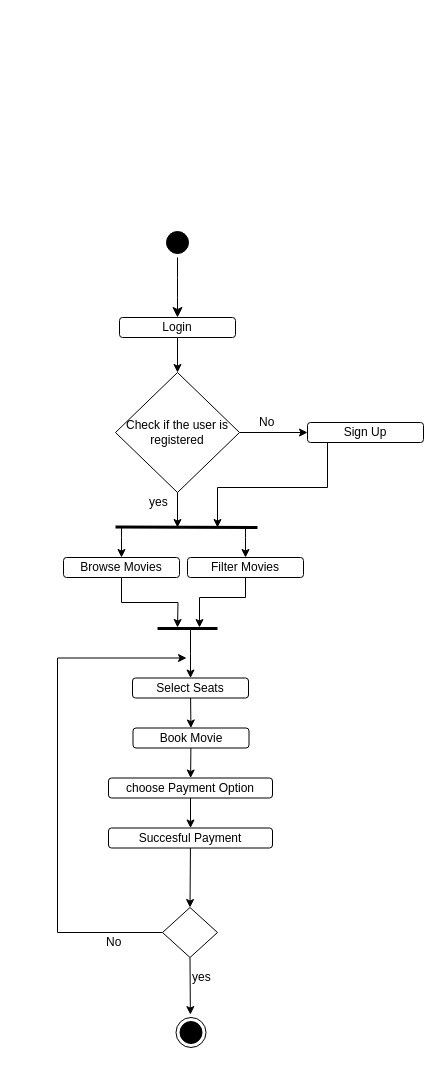
Above: SDF/activityDiagram.drawio in subhendu17620/RUAS-sem-04 (draw.io), before the change. Source tidied: cells renumbered, new cells numbered last; positions are measured from the earlier drawing's top-left corner, leaving out a move shared by most shapes. Both pictures are drawn from the tidied source at 100%, with x=0, y=0 at pixel (57, 227).
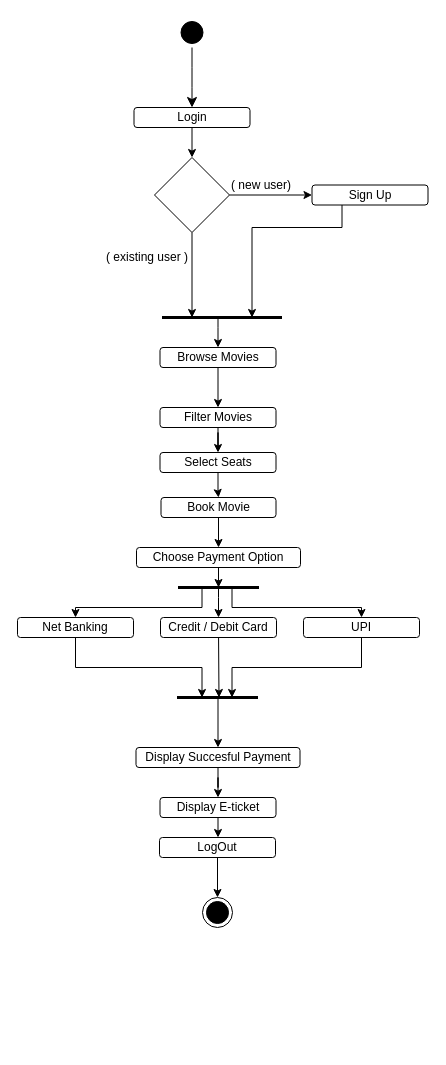
After the change.

The edit, as a diff of the source:
```diff
@@
     <mxCell id="2" style="ellipse;html=1;shape=startState;fillColor=#000000;strokeColor=#000000;" parent="1" vertex="1">
-      <mxGeometry x="105" width="30" height="30" as="geometry" />
+      <mxGeometry x="119.5" y="-210" width="30" height="30" as="geometry" />
     </mxCell>
     <mxCell id="3" style="edgeStyle=orthogonalEdgeStyle;html=1;verticalAlign=bottom;endArrow=classic;endSize=8;strokeColor=#000000;endFill=1;" parent="1" edge="1" source="2">
       <mxGeometry relative="1" as="geometry">
-        <mxPoint x="120" y="90" as="targetPoint" />
+        <mxPoint x="134.5" y="-120" as="targetPoint" />
       </mxGeometry>
     </mxCell>
@@
     <mxCell id="5" value="Login" style="rounded=1;whiteSpace=wrap;html=1;" parent="1" vertex="1">
-      <mxGeometry x="62" y="90" width="116" height="20" as="geometry" />
+      <mxGeometry x="76.5" y="-120" width="116" height="20" as="geometry" />
     </mxCell>
@@
-    <mxCell id="7" value="&lt;font style=&quot;font-size: 12px&quot;&gt;Check if the user is registered&lt;/font&gt;" style="rhombus;whiteSpace=wrap;html=1;" parent="1" vertex="1">
-      <mxGeometry x="58" y="145" width="124" height="120" as="geometry" />
+    <mxCell id="7" style="rhombus;whiteSpace=wrap;html=1;" parent="1" vertex="1">
+      <mxGeometry x="97" y="-70" width="75" height="75" as="geometry" />
     </mxCell>
     <mxCell id="8" style="rounded=0;jettySize=auto;html=1;edgeStyle=orthogonalEdgeStyle;" parent="1" edge="1" source="9">
       <mxGeometry relative="1" as="geometry">
-        <mxPoint x="160" y="300" as="targetPoint" />
+        <mxPoint x="194.5" y="90" as="targetPoint" />
         <Array as="points">
-          <mxPoint x="270" y="260" />
-          <mxPoint x="160" y="260" />
+          <mxPoint x="284.5" />
+          <mxPoint x="194.5" />
         </Array>
       </mxGeometry>
     </mxCell>
     <mxCell id="9" value="Sign Up" style="rounded=1;whiteSpace=wrap;html=1;" parent="1" vertex="1">
-      <mxGeometry x="250" y="195" width="116" height="20" as="geometry" />
+      <mxGeometry x="254.5" y="-42.5" width="116" height="20" as="geometry" />
     </mxCell>
-    <mxCell id="10" value="No" style="text;html=1;align=left;verticalAlign=top;spacingTop=-4;" parent="1" vertex="1">
-      <mxGeometry x="200" y="185" width="30" height="20" as="geometry" />
+    <mxCell id="10" value="( new user)" style="text;html=1;align=left;verticalAlign=top;spacingTop=-4;" parent="1" vertex="1">
+      <mxGeometry x="172" y="-52.5" width="80" height="20" as="geometry" />
     </mxCell>
     <mxCell id="11" style="edgeStyle=none;rounded=0;jettySize=auto;html=1;exitX=0.5;exitY=1;exitDx=0;exitDy=0;" parent="1" edge="1" source="7">
       <mxGeometry relative="1" as="geometry">
-        <mxPoint x="120" y="300" as="targetPoint" />
+        <mxPoint x="134.5" y="90" as="targetPoint" />
       </mxGeometry>
     </mxCell>
-    <mxCell id="12" style="edgeStyle=orthogonalEdgeStyle;rounded=0;jettySize=auto;html=1;strokeWidth=1;startArrow=classic;startFill=1;endArrow=none;endFill=0;" parent="1" edge="1" source="14">
-      <mxGeometry relative="1" as="geometry">
-        <mxPoint x="64" y="300" as="targetPoint" />
-      </mxGeometry>
-    </mxCell>
-    <mxCell id="13" style="rounded=0;jettySize=auto;html=1;startArrow=none;startFill=0;endArrow=classic;endFill=1;strokeWidth=1;edgeStyle=orthogonalEdgeStyle;" parent="1" edge="1" source="14">
-      <mxGeometry relative="1" as="geometry">
-        <mxPoint x="120" y="400" as="targetPoint" />
-      </mxGeometry>
-    </mxCell>
+    <mxCell id="36" style="edgeStyle=orthogonalEdgeStyle;rounded=0;jettySize=auto;html=1;startArrow=classic;startFill=1;endArrow=none;endFill=0;" parent="1" edge="1" source="14">
+      <mxGeometry relative="1" as="geometry">
+        <mxPoint x="160.5" y="90" as="targetPoint" />
+      </mxGeometry>
+    </mxCell>
+    <mxCell id="37" style="edgeStyle=orthogonalEdgeStyle;rounded=0;jettySize=auto;html=1;entryX=0.5;entryY=0;entryDx=0;entryDy=0;startArrow=none;startFill=0;endArrow=classic;endFill=1;" parent="1" edge="1" source="14" target="17">
+      <mxGeometry relative="1" as="geometry" />
+    </mxCell>
     <mxCell id="14" value="Browse Movies" style="rounded=1;whiteSpace=wrap;html=1;" parent="1" vertex="1">
-      <mxGeometry x="6" y="330" width="116" height="20" as="geometry" />
+      <mxGeometry x="102.5" y="120" width="116" height="20" as="geometry" />
     </mxCell>
-    <mxCell id="15" style="edgeStyle=orthogonalEdgeStyle;rounded=0;jettySize=auto;html=1;" parent="1" edge="1" source="17">
-      <mxGeometry relative="1" as="geometry">
-        <mxPoint x="142" y="400" as="targetPoint" />
-        <Array as="points">
-          <mxPoint x="188" y="370" />
-          <mxPoint x="142" y="370" />
-        </Array>
-      </mxGeometry>
-    </mxCell>
-    <mxCell id="16" style="edgeStyle=orthogonalEdgeStyle;rounded=0;jettySize=auto;html=1;strokeWidth=1;startArrow=classic;startFill=1;endArrow=none;endFill=0;" parent="1" edge="1" source="17">
-      <mxGeometry relative="1" as="geometry">
-        <mxPoint x="188" y="300" as="targetPoint" />
-      </mxGeometry>
-    </mxCell>
+    <mxCell id="38" style="edgeStyle=orthogonalEdgeStyle;rounded=0;jettySize=auto;html=1;entryX=0.5;entryY=0;entryDx=0;entryDy=0;startArrow=none;startFill=0;endArrow=classic;endFill=1;" parent="1" edge="1" source="17" target="27">
+      <mxGeometry relative="1" as="geometry" />
+    </mxCell>
     <mxCell id="17" value="Filter Movies" style="rounded=1;whiteSpace=wrap;html=1;" parent="1" vertex="1">
-      <mxGeometry x="130" y="330" width="116" height="20" as="geometry" />
+      <mxGeometry x="102.5" y="180" width="116" height="20" as="geometry" />
     </mxCell>
@@
     <mxCell id="19" value="Book Movie" style="rounded=1;whiteSpace=wrap;html=1;" parent="1" vertex="1">
-      <mxGeometry x="75.5" y="500.5" width="116" height="20" as="geometry" />
+      <mxGeometry x="103.5" y="270" width="115" height="20" as="geometry" />
     </mxCell>
-    <mxCell id="20" style="edgeStyle=none;rounded=0;jettySize=auto;html=1;" parent="1" edge="1" source="21" target="24">
-      <mxGeometry relative="1" as="geometry" />
-    </mxCell>
+    <mxCell id="39" style="edgeStyle=orthogonalEdgeStyle;rounded=0;jettySize=auto;html=1;startArrow=none;startFill=0;endArrow=classic;endFill=1;strokeWidth=1;" parent="1" edge="1" source="21">
+      <mxGeometry relative="1" as="geometry">
+        <mxPoint x="161" y="360" as="targetPoint" />
+      </mxGeometry>
+    </mxCell>
-    <mxCell id="21" value="choose Payment Option" style="rounded=1;whiteSpace=wrap;html=1;" parent="1" vertex="1">
-      <mxGeometry x="51" y="550.5" width="164" height="20" as="geometry" />
+    <mxCell id="21" value="Choose Payment Option" style="rounded=1;whiteSpace=wrap;html=1;" parent="1" vertex="1">
+      <mxGeometry x="79" y="320" width="164" height="20" as="geometry" />
     </mxCell>
-    <mxCell id="22" style="edgeStyle=none;rounded=0;jettySize=auto;html=1;entryX=0.5;entryY=0;entryDx=0;entryDy=0;" parent="1" edge="1" source="24" target="35">
-      <mxGeometry relative="1" as="geometry" />
-    </mxCell>
-    <mxCell id="23" style="edgeStyle=orthogonalEdgeStyle;rounded=0;jettySize=auto;html=1;exitX=0;exitY=0.5;exitDx=0;exitDy=0;" parent="1" edge="1" source="35">
-      <mxGeometry relative="1" as="geometry">
-        <mxPoint x="129" y="430.5" as="targetPoint" />
-        <Array as="points">
-          <mxPoint y="705" />
-          <mxPoint y="431" />
-        </Array>
-      </mxGeometry>
-    </mxCell>
+    <mxCell id="40" style="edgeStyle=orthogonalEdgeStyle;rounded=0;jettySize=auto;html=1;startArrow=classic;startFill=1;endArrow=none;endFill=0;strokeWidth=1;" parent="1" edge="1" source="24">
+      <mxGeometry relative="1" as="geometry">
+        <mxPoint x="160.5" y="470" as="targetPoint" />
+      </mxGeometry>
+    </mxCell>
+    <mxCell id="41" style="edgeStyle=orthogonalEdgeStyle;rounded=0;jettySize=auto;html=1;entryX=0.5;entryY=0;entryDx=0;entryDy=0;startArrow=none;startFill=0;endArrow=classic;endFill=1;strokeWidth=1;" parent="1" edge="1" source="24" target="43">
+      <mxGeometry relative="1" as="geometry" />
+    </mxCell>
-    <mxCell id="24" value="Succesful Payment" style="rounded=1;whiteSpace=wrap;html=1;" parent="1" vertex="1">
-      <mxGeometry x="51" y="600.5" width="164" height="20" as="geometry" />
+    <mxCell id="24" value="Display Succesful Payment" style="rounded=1;whiteSpace=wrap;html=1;" parent="1" vertex="1">
+      <mxGeometry x="78.5" y="520" width="164" height="20" as="geometry" />
     </mxCell>
-    <mxCell id="25" style="edgeStyle=none;rounded=0;jettySize=auto;html=1;" parent="1" edge="1" source="27" target="19">
+    <mxCell id="25" style="edgeStyle=orthogonalEdgeStyle;rounded=0;jettySize=auto;html=1;entryX=0.5;entryY=0;entryDx=0;entryDy=0;startArrow=none;startFill=0;endArrow=classic;endFill=1;" parent="1" edge="1" source="27" target="19">
       <mxGeometry relative="1" as="geometry" />
     </mxCell>
-    <mxCell id="26" style="edgeStyle=orthogonalEdgeStyle;rounded=0;jettySize=auto;html=1;startArrow=classic;startFill=1;endArrow=none;endFill=0;strokeColor=#000000;strokeWidth=1;" parent="1" edge="1" source="27">
-      <mxGeometry relative="1" as="geometry">
-        <mxPoint x="133" y="400" as="targetPoint" />
-      </mxGeometry>
-    </mxCell>
     <mxCell id="27" value="Select Seats" style="rounded=1;whiteSpace=wrap;html=1;" parent="1" vertex="1">
-      <mxGeometry x="75" y="450.5" width="116" height="20" as="geometry" />
+      <mxGeometry x="102.5" y="225" width="116" height="20" as="geometry" />
     </mxCell>
-    <mxCell id="28" value="yes" style="text;html=1;align=left;verticalAlign=top;spacingTop=-4;" parent="1" vertex="1">
-      <mxGeometry x="90" y="265" width="30" height="20" as="geometry" />
+    <mxCell id="28" value="( existing user )" style="text;html=1;align=left;verticalAlign=top;spacingTop=-4;" parent="1" vertex="1">
+      <mxGeometry x="47" y="20" width="100" height="20" as="geometry" />
     </mxCell>
     <mxCell id="29" style="ellipse;html=1;shape=endState;fillColor=#000000;strokeColor=#000000;rounded=1;" parent="1" vertex="1">
-      <mxGeometry x="118.5" y="790" width="30" height="30" as="geometry" />
+      <mxGeometry x="145" y="670" width="30" height="30" as="geometry" />
     </mxCell>
-    <mxCell id="30" value="yes" style="text;html=1;align=left;verticalAlign=top;spacingTop=-4;" parent="1" vertex="1">
-      <mxGeometry x="133" y="740" width="30" height="20" as="geometry" />
-    </mxCell>
-    <mxCell id="31" value="No" style="text;html=1;align=left;verticalAlign=top;spacingTop=-4;" parent="1" vertex="1">
-      <mxGeometry x="47" y="705" width="30" height="20" as="geometry" />
-    </mxCell>
     <mxCell id="32" style="endArrow=none;html=1;strokeWidth=3;" parent="1" edge="1">
       <mxGeometry relative="1" as="geometry">
-        <mxPoint x="58" y="299.5" as="sourcePoint" />
-        <mxPoint x="200" y="300" as="targetPoint" />
+        <mxPoint x="104.5" y="90" as="sourcePoint" />
+        <mxPoint x="224.5" y="90" as="targetPoint" />
       </mxGeometry>
     </mxCell>
-    <mxCell id="33" style="endArrow=none;html=1;strokeWidth=3;" parent="1" edge="1">
-      <mxGeometry relative="1" as="geometry">
-        <mxPoint x="100" y="401" as="sourcePoint" />
-        <mxPoint x="160" y="401" as="targetPoint" />
-      </mxGeometry>
-    </mxCell>
-    <mxCell id="34" style="rounded=0;jettySize=auto;html=1;exitX=0.5;exitY=1;exitDx=0;exitDy=0;entryX=0.479;entryY=-0.097;entryDx=0;entryDy=0;entryPerimeter=0;" parent="1" edge="1" source="35" target="29">
-      <mxGeometry relative="1" as="geometry" />
-    </mxCell>
-    <mxCell id="35" style="rhombus;whiteSpace=wrap;html=1;" parent="1" vertex="1">
-      <mxGeometry x="105" y="680" width="55" height="50" as="geometry" />
-    </mxCell>
+    <mxCell id="42" style="edgeStyle=orthogonalEdgeStyle;rounded=0;jettySize=auto;html=1;entryX=0.5;entryY=0;entryDx=0;entryDy=0;startArrow=none;startFill=0;endArrow=classic;endFill=1;strokeWidth=1;" parent="1" edge="1" source="43" target="45">
+      <mxGeometry relative="1" as="geometry" />
+    </mxCell>
+    <mxCell id="43" value="Display E-ticket" style="rounded=1;whiteSpace=wrap;html=1;" parent="1" vertex="1">
+      <mxGeometry x="102.5" y="570" width="116" height="20" as="geometry" />
+    </mxCell>
+    <mxCell id="44" style="edgeStyle=orthogonalEdgeStyle;rounded=0;jettySize=auto;html=1;startArrow=none;startFill=0;endArrow=classic;endFill=1;strokeWidth=1;entryX=0.5;entryY=0;entryDx=0;entryDy=0;" parent="1" edge="1" source="45" target="29">
+      <mxGeometry relative="1" as="geometry" />
+    </mxCell>
+    <mxCell id="45" value="LogOut" style="rounded=1;whiteSpace=wrap;html=1;" parent="1" vertex="1">
+      <mxGeometry x="102" y="610" width="116" height="20" as="geometry" />
+    </mxCell>
+    <mxCell id="46" style="edgeStyle=orthogonalEdgeStyle;rounded=0;jettySize=auto;html=1;startArrow=classic;startFill=1;endArrow=none;endFill=0;strokeWidth=1;" parent="1" edge="1" source="48">
+      <mxGeometry relative="1" as="geometry">
+        <mxPoint x="174.5" y="360" as="targetPoint" />
+        <Array as="points">
+          <mxPoint x="304.5" y="380" />
+          <mxPoint x="174.5" y="380" />
+        </Array>
+      </mxGeometry>
+    </mxCell>
+    <mxCell id="47" style="edgeStyle=orthogonalEdgeStyle;rounded=0;jettySize=auto;html=1;startArrow=none;startFill=0;endArrow=classic;endFill=1;strokeWidth=1;" parent="1" edge="1" source="48">
+      <mxGeometry relative="1" as="geometry">
+        <mxPoint x="174.5" y="470" as="targetPoint" />
+        <Array as="points">
+          <mxPoint x="304.5" y="440" />
+          <mxPoint x="174.5" y="440" />
+        </Array>
+      </mxGeometry>
+    </mxCell>
+    <mxCell id="48" value="UPI" style="rounded=1;whiteSpace=wrap;html=1;" parent="1" vertex="1">
+      <mxGeometry x="246" y="390" width="116" height="20" as="geometry" />
+    </mxCell>
+    <mxCell id="49" style="edgeStyle=orthogonalEdgeStyle;rounded=0;jettySize=auto;html=1;startArrow=classic;startFill=1;endArrow=none;endFill=0;strokeWidth=1;" parent="1" edge="1" source="51">
+      <mxGeometry relative="1" as="geometry">
+        <mxPoint x="161" y="360" as="targetPoint" />
+      </mxGeometry>
+    </mxCell>
+    <mxCell id="50" style="rounded=0;jettySize=auto;html=1;startArrow=none;startFill=0;endArrow=classic;endFill=1;strokeWidth=1;" parent="1" edge="1" source="51">
+      <mxGeometry relative="1" as="geometry">
+        <mxPoint x="161.5" y="470" as="targetPoint" />
+      </mxGeometry>
+    </mxCell>
+    <mxCell id="51" value="Credit / Debit Card" style="rounded=1;whiteSpace=wrap;html=1;" parent="1" vertex="1">
+      <mxGeometry x="103" y="390" width="116" height="20" as="geometry" />
+    </mxCell>
+    <mxCell id="52" style="edgeStyle=orthogonalEdgeStyle;rounded=0;jettySize=auto;html=1;startArrow=classic;startFill=1;endArrow=none;endFill=0;strokeWidth=1;" parent="1" edge="1" source="54">
+      <mxGeometry relative="1" as="geometry">
+        <mxPoint x="144.5" y="360" as="targetPoint" />
+        <Array as="points">
+          <mxPoint x="18.5" y="380" />
+          <mxPoint x="144.5" y="380" />
+        </Array>
+      </mxGeometry>
+    </mxCell>
+    <mxCell id="53" style="edgeStyle=orthogonalEdgeStyle;rounded=0;jettySize=auto;html=1;startArrow=none;startFill=0;endArrow=classic;endFill=1;strokeWidth=1;" parent="1" edge="1" source="54">
+      <mxGeometry relative="1" as="geometry">
+        <mxPoint x="144.5" y="470" as="targetPoint" />
+        <Array as="points">
+          <mxPoint x="17.5" y="440" />
+          <mxPoint x="144.5" y="440" />
+        </Array>
+      </mxGeometry>
+    </mxCell>
+    <mxCell id="54" value="Net Banking" style="rounded=1;whiteSpace=wrap;html=1;" parent="1" vertex="1">
+      <mxGeometry x="-40" y="390" width="116" height="20" as="geometry" />
+    </mxCell>
+    <mxCell id="55" style="endArrow=none;html=1;strokeWidth=3;" parent="1" edge="1">
+      <mxGeometry relative="1" as="geometry">
+        <mxPoint x="120.5" y="360" as="sourcePoint" />
+        <mxPoint x="201.5" y="360" as="targetPoint" />
+      </mxGeometry>
+    </mxCell>
+    <mxCell id="56" style="endArrow=none;html=1;strokeWidth=3;" parent="1" edge="1">
+      <mxGeometry relative="1" as="geometry">
+        <mxPoint x="119.5" y="470" as="sourcePoint" />
+        <mxPoint x="200.5" y="470" as="targetPoint" />
+      </mxGeometry>
+    </mxCell>
```
